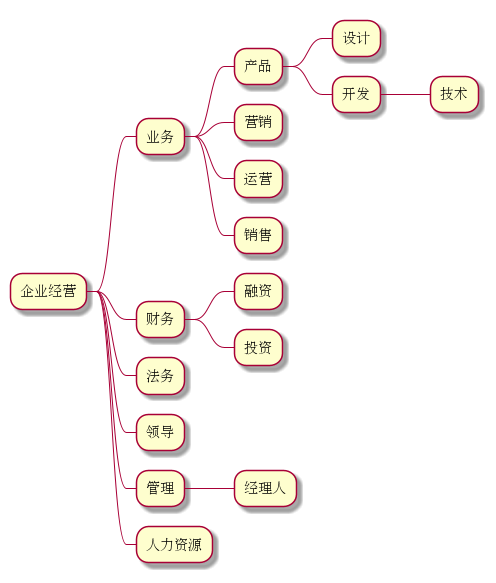
DreamAndDead/DreamAndDead.github.io keeps this PlantUML diagram as org/startup-theory/images/business-roadmap.png. Above is the earlier version. Source of this version:
```plantuml
@startmindmap
+ 企业经营

++ 业务
+++ 产品
++++ 设计
++++ 开发
+++++ 技术
+++ 营销
+++ 运营
+++ 销售

++ 财务
+++ 融资
+++ 投资

++ 法务

++ 领导
++ 管理
+++ 经理人
++ 人力资源

@endminmap
```
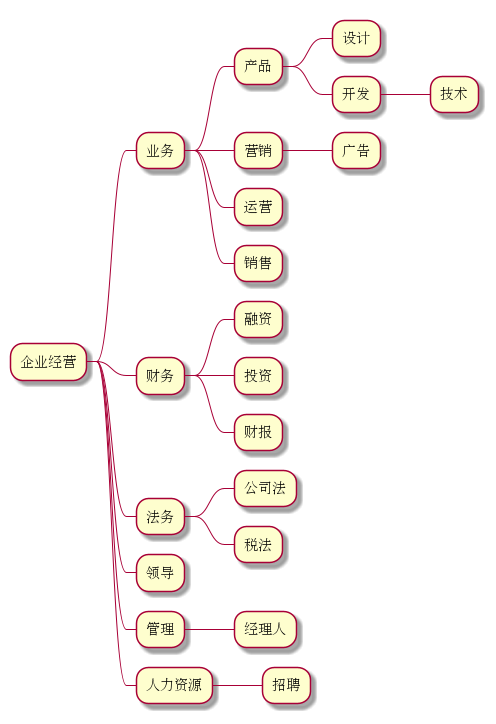
The same file after the commit.

Change to the diagram source:
```diff
@@ -7,18 +7,22 @@
 ++++ 开发
 +++++ 技术
 +++ 营销
+++++ 广告
 +++ 运营
 +++ 销售
 
 ++ 财务
 +++ 融资
 +++ 投资
++++ 财报
 
 ++ 法务
++++ 公司法
++++ 税法
 
 ++ 领导
 ++ 管理
 +++ 经理人
 ++ 人力资源
-
++++ 招聘
 @endminmap
```
